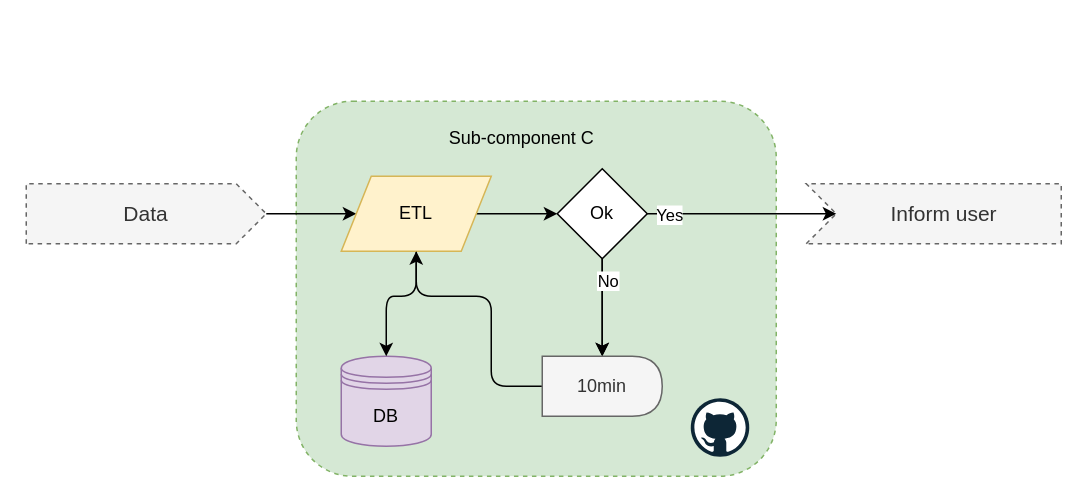
The draw.io diagram doc/arc.drawio in rasmushaa/drawio_document_demo_c, before the edit. Source tidied: cells renumbered, new cells numbered last; positions are measured from the earlier drawing's top-left corner, leaving out a move shared by most shapes. Both pictures are drawn from the tidied source at 150%, with x=0, y=0 at pixel (26, 100).
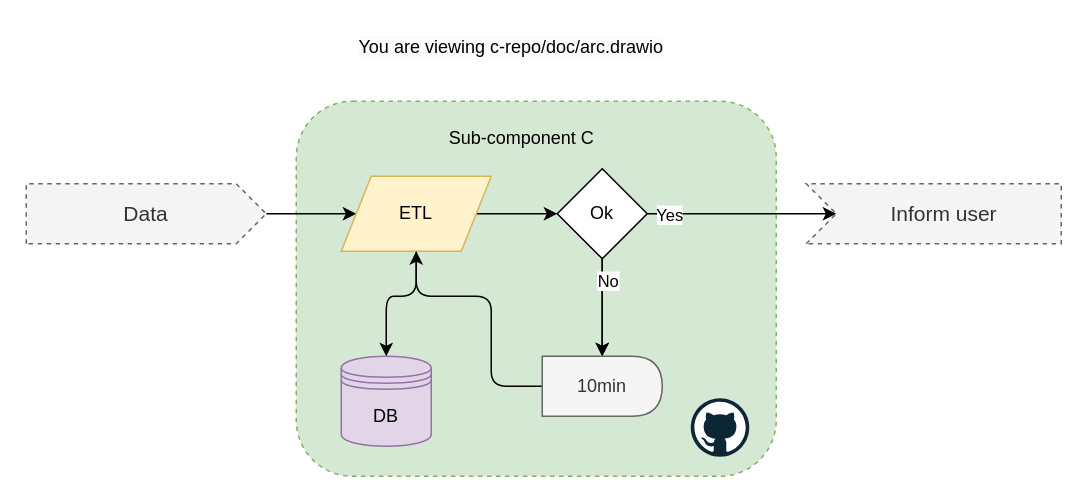
The same page after the edit.

The edit, as a diff of the source:
```diff
@@
+    <mxCell id="20" value="&lt;span style=&quot;color: rgb(0, 0, 0); font-family: Helvetica; font-size: 12px; font-style: normal; font-variant-ligatures: normal; font-variant-caps: normal; font-weight: 400; letter-spacing: normal; orphans: 2; text-align: center; text-indent: 0px; text-transform: none; widows: 2; word-spacing: 0px; -webkit-text-stroke-width: 0px; white-space: nowrap; background-color: rgb(251, 251, 251); text-decoration-thickness: initial; text-decoration-style: initial; text-decoration-color: initial; float: none; display: inline !important;&quot;&gt;You are viewing c-repo/doc/arc.drawio&lt;/span&gt;" style="text;whiteSpace=wrap;html=1;" parent="1" vertex="1">
+      <mxGeometry x="220" y="-50" width="240" height="40" as="geometry" />
+    </mxCell>
```
